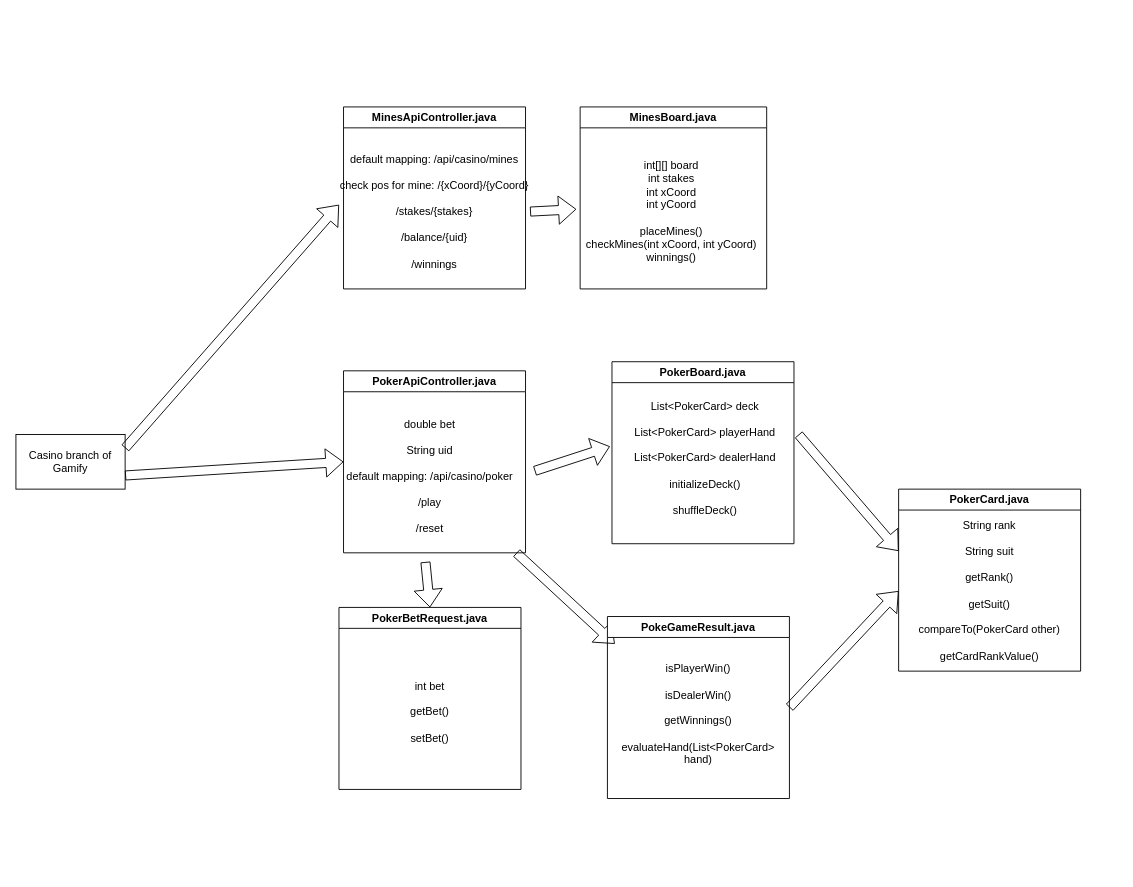
This is src/main/java/com/nighthawk/spring_portfolio/mvc/casino.drawio from nighthawkcoders/spring_2025, a draw.io file, before an edit. Source tidied: cells renumbered, new cells numbered last; positions are measured from the earlier drawing's top-left corner, leaving out a move shared by most shapes. Both pictures are drawn from the tidied source at 91%, with x=0, y=0 at pixel (15, 106).
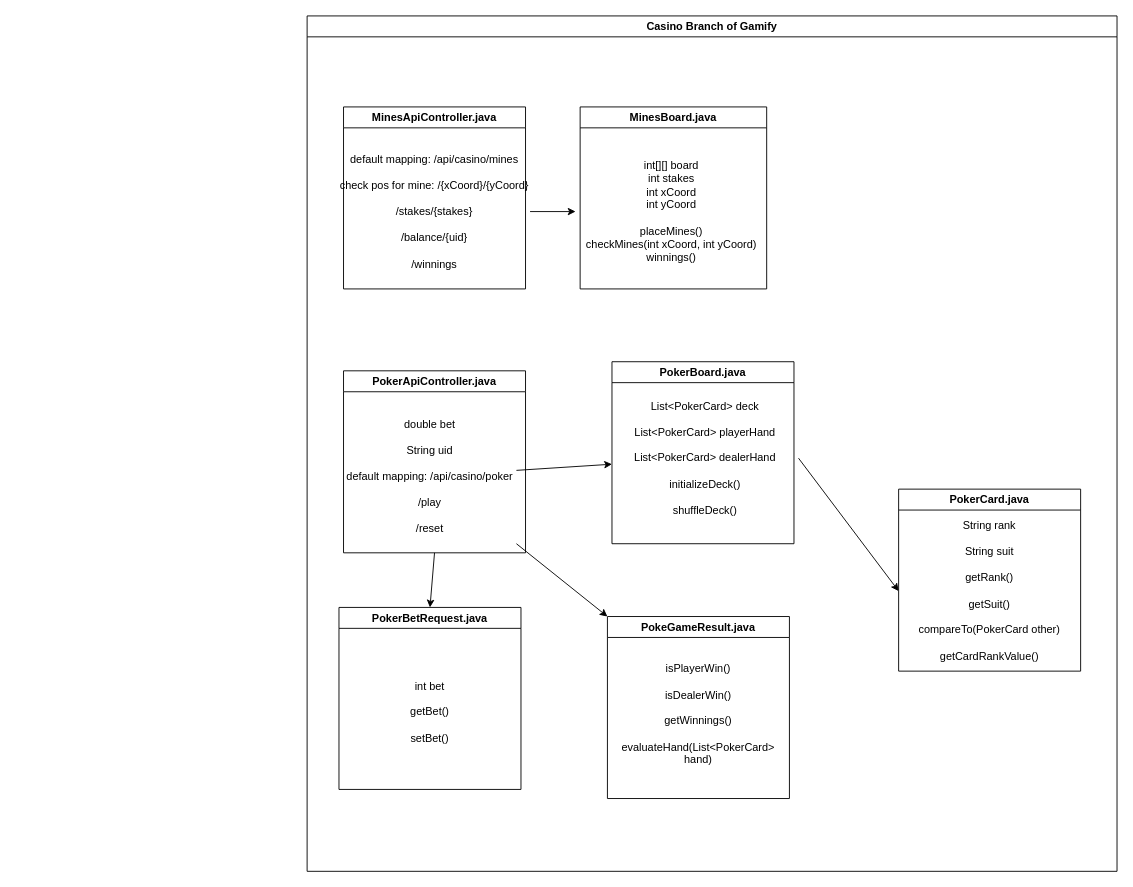
The same diagram, later.

Commit message:
fixed arrow conventions for drawio

The change refers to these unchanged cells:
```xml
<mxCell id="3" value="int[][] board&lt;br&gt;int stakes&lt;br&gt;int xCoord&lt;br&gt;int yCoord&lt;br&gt;&lt;br&gt;placeMines()&lt;br&gt;checkMines(int xCoord, int yCoord)&lt;br&gt;winnings()" style="text;html=1;align=center;verticalAlign=middle;points=[];strokeColor=none;fillColor=none;" parent="2" vertex="1">
  <mxGeometry x="-5" y="50" width="210" height="130" as="geometry" />
</mxCell>
<mxCell id="5" value="default mapping: /api/casino/mines&lt;br&gt;&lt;br&gt;check pos for mine: /{xCoord}/{yCoord}&lt;br&gt;&lt;br&gt;/stakes/{stakes}&lt;br&gt;&lt;br&gt;/balance/{uid}&lt;br&gt;&lt;br&gt;/winnings" style="text;html=1;strokeColor=none;fillColor=none;align=center;verticalAlign=middle;whiteSpace=wrap;rounded=0;" parent="4" vertex="1">
  <mxGeometry x="-5" y="100" width="210" height="30" as="geometry" />
</mxCell>
<mxCell id="7" value="PokerApiController.java" style="swimlane;whiteSpace=wrap;html=1;" parent="1" vertex="1">
  <mxGeometry x="360" y="290" width="200" height="200" as="geometry" />
</mxCell>
<mxCell id="8" value="double bet&lt;br&gt;&lt;br&gt;String uid&lt;br&gt;&lt;br&gt;default mapping: /api/casino/poker&lt;br&gt;&lt;br&gt;/play&lt;br&gt;&lt;br&gt;/reset" style="text;html=1;strokeColor=none;fillColor=none;align=center;verticalAlign=middle;whiteSpace=wrap;rounded=0;" parent="7" vertex="1">
  <mxGeometry y="41" width="190" height="149" as="geometry" />
</mxCell>
<mxCell id="14" value="PokerBetRequest.java" style="swimlane;whiteSpace=wrap;html=1;" parent="1" vertex="1">
  <mxGeometry x="355" y="550" width="200" height="200" as="geometry" />
</mxCell>
<mxCell id="16" value="List&amp;lt;PokerCard&amp;gt; deck&lt;br&gt;&lt;br&gt;List&amp;lt;PokerCard&amp;gt; playerHand&lt;br&gt;&lt;br&gt;List&amp;lt;PokerCard&amp;gt; dealerHand&lt;br&gt;&lt;br&gt;initializeDeck()&lt;br&gt;&lt;br&gt;shuffleDeck()" style="text;html=1;strokeColor=none;fillColor=none;align=center;verticalAlign=middle;whiteSpace=wrap;rounded=0;" parent="1" vertex="1">
  <mxGeometry x="655" y="302" width="205" height="168" as="geometry" />
</mxCell>
<mxCell id="18" value="String rank&lt;br&gt;&lt;br&gt;String suit&lt;br&gt;&lt;br&gt;getRank()&lt;br&gt;&lt;br&gt;getSuit()&lt;br&gt;&lt;br&gt;compareTo(PokerCard other)&lt;br&gt;&lt;br&gt;getCardRankValue()" style="text;html=1;strokeColor=none;fillColor=none;align=center;verticalAlign=middle;whiteSpace=wrap;rounded=0;" parent="17" vertex="1">
  <mxGeometry y="24" width="200" height="176" as="geometry" />
</mxCell>
<mxCell id="20" value="PokeGameResult.java" style="swimlane;whiteSpace=wrap;html=1;" parent="1" vertex="1">
  <mxGeometry x="650" y="560" width="200" height="200" as="geometry" />
</mxCell>
<mxCell id="21" value="isPlayerWin()&lt;br&gt;&lt;br&gt;isDealerWin()&lt;br&gt;&lt;br&gt;getWinnings()&lt;br&gt;&lt;br&gt;evaluateHand(List&amp;lt;PokerCard&amp;gt; hand)&lt;br&gt;&lt;br&gt;" style="text;html=1;strokeColor=none;fillColor=none;align=center;verticalAlign=middle;whiteSpace=wrap;rounded=0;" parent="20" vertex="1">
  <mxGeometry y="30" width="200" height="170" as="geometry" />
</mxCell>
```

The edit, as a diff of the source:
```diff
@@
-    <mxCell id="6" style="shape=flexArrow;endArrow=classic;html=1;entryX=0.004;entryY=0.48;entryDx=0;entryDy=0;entryPerimeter=0;exitX=1;exitY=0.5;exitDx=0;exitDy=0;" parent="1" edge="1" source="5" target="3">
-      <mxGeometry relative="1" as="geometry" />
-    </mxCell>
+    <mxCell id="25" style="edgeStyle=none;html=1;exitX=0.5;exitY=1;exitDx=0;exitDy=0;entryX=0.5;entryY=0;entryDx=0;entryDy=0;fillColor=#FFFFFF;" parent="1" edge="1" source="7" target="14">
+      <mxGeometry relative="1" as="geometry" />
+    </mxCell>
@@
-    <mxCell id="9" style="shape=flexArrow;endArrow=classic;html=1;entryX=0.5;entryY=0;entryDx=0;entryDy=0;" parent="7" edge="1" target="14">
-      <mxGeometry relative="1" as="geometry">
-        <mxPoint x="90" y="210" as="sourcePoint" />
-      </mxGeometry>
-    </mxCell>
-    <mxCell id="10" style="shape=flexArrow;endArrow=classic;html=1;" parent="7" edge="1" target="21">
-      <mxGeometry relative="1" as="geometry">
-        <mxPoint x="190" y="200" as="sourcePoint" />
-      </mxGeometry>
-    </mxCell>
-    <mxCell id="11" value="Casino branch of Gamify" style="rounded=0;whiteSpace=wrap;html=1;" parent="1" vertex="1">
-      <mxGeometry y="360" width="120" height="60" as="geometry" />
-    </mxCell>
-    <mxCell id="12" style="shape=flexArrow;endArrow=classic;html=1;exitX=1;exitY=0.25;exitDx=0;exitDy=0;entryX=0;entryY=0.25;entryDx=0;entryDy=0;" parent="1" edge="1" source="11" target="5">
-      <mxGeometry relative="1" as="geometry" />
-    </mxCell>
-    <mxCell id="13" style="shape=flexArrow;endArrow=classic;html=1;exitX=1;exitY=0.75;exitDx=0;exitDy=0;entryX=0;entryY=0.5;entryDx=0;entryDy=0;" parent="1" edge="1" source="11" target="7">
-      <mxGeometry relative="1" as="geometry" />
-    </mxCell>
@@
+    <mxCell id="26" style="edgeStyle=none;html=1;exitX=1;exitY=0.5;exitDx=0;exitDy=0;entryX=0;entryY=0.5;entryDx=0;entryDy=0;fillColor=#FFFFFF;" parent="1" edge="1" source="16" target="18">
+      <mxGeometry relative="1" as="geometry" />
+    </mxCell>
@@
-    <mxCell id="22" style="shape=flexArrow;endArrow=classic;html=1;entryX=-0.011;entryY=0.423;entryDx=0;entryDy=0;entryPerimeter=0;" parent="1" edge="1" target="16">
-      <mxGeometry relative="1" as="geometry">
-        <mxPoint x="570" y="400" as="sourcePoint" />
-      </mxGeometry>
-    </mxCell>
-    <mxCell id="23" style="shape=flexArrow;endArrow=classic;html=1;entryX=0;entryY=0.5;entryDx=0;entryDy=0;" parent="1" edge="1" target="18">
-      <mxGeometry relative="1" as="geometry">
-        <mxPoint x="850" y="660" as="sourcePoint" />
-      </mxGeometry>
-    </mxCell>
-    <mxCell id="24" style="shape=flexArrow;endArrow=classic;html=1;entryX=0;entryY=0.25;entryDx=0;entryDy=0;" parent="1" edge="1" target="18">
-      <mxGeometry relative="1" as="geometry">
-        <mxPoint x="860" y="360" as="sourcePoint" />
-      </mxGeometry>
-    </mxCell>
+    <mxCell id="27" value="Casino Branch of Gamify" style="swimlane;whiteSpace=wrap;html=1;" parent="1" vertex="1">
+      <mxGeometry x="320" y="-100" width="890" height="940" as="geometry" />
+    </mxCell>
+    <mxCell id="6" style="edgeStyle=none;html=1;exitX=1;exitY=0.5;exitDx=0;exitDy=0;fillColor=#FFFFFF;" parent="1" edge="1" source="5" target="3">
+      <mxGeometry relative="1" as="geometry" />
+    </mxCell>
+    <mxCell id="28" style="edgeStyle=none;html=1;fillColor=#FFFFFF;" parent="1" edge="1" source="8" target="16">
+      <mxGeometry relative="1" as="geometry" />
+    </mxCell>
+    <mxCell id="29" style="edgeStyle=none;html=1;exitX=1;exitY=1;exitDx=0;exitDy=0;entryX=0;entryY=0;entryDx=0;entryDy=0;fillColor=#FFFFFF;" parent="1" edge="1" source="8" target="20">
+      <mxGeometry relative="1" as="geometry" />
+    </mxCell>
```
